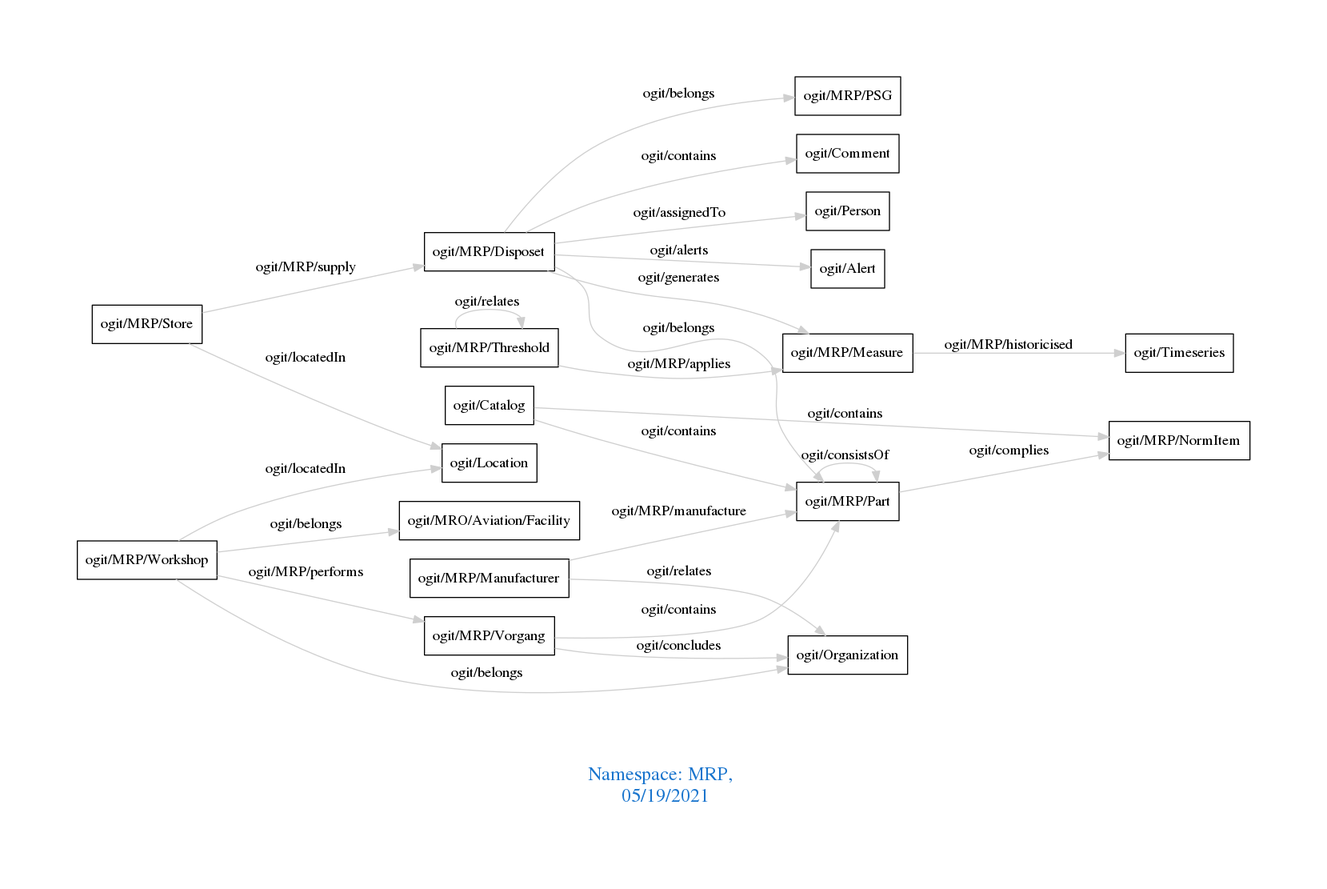
This is downloads/MRP.png from arago/OGIT, a Graphviz export, as it was before one commit. Its source is kept beside it as downloads/MRP.dot.
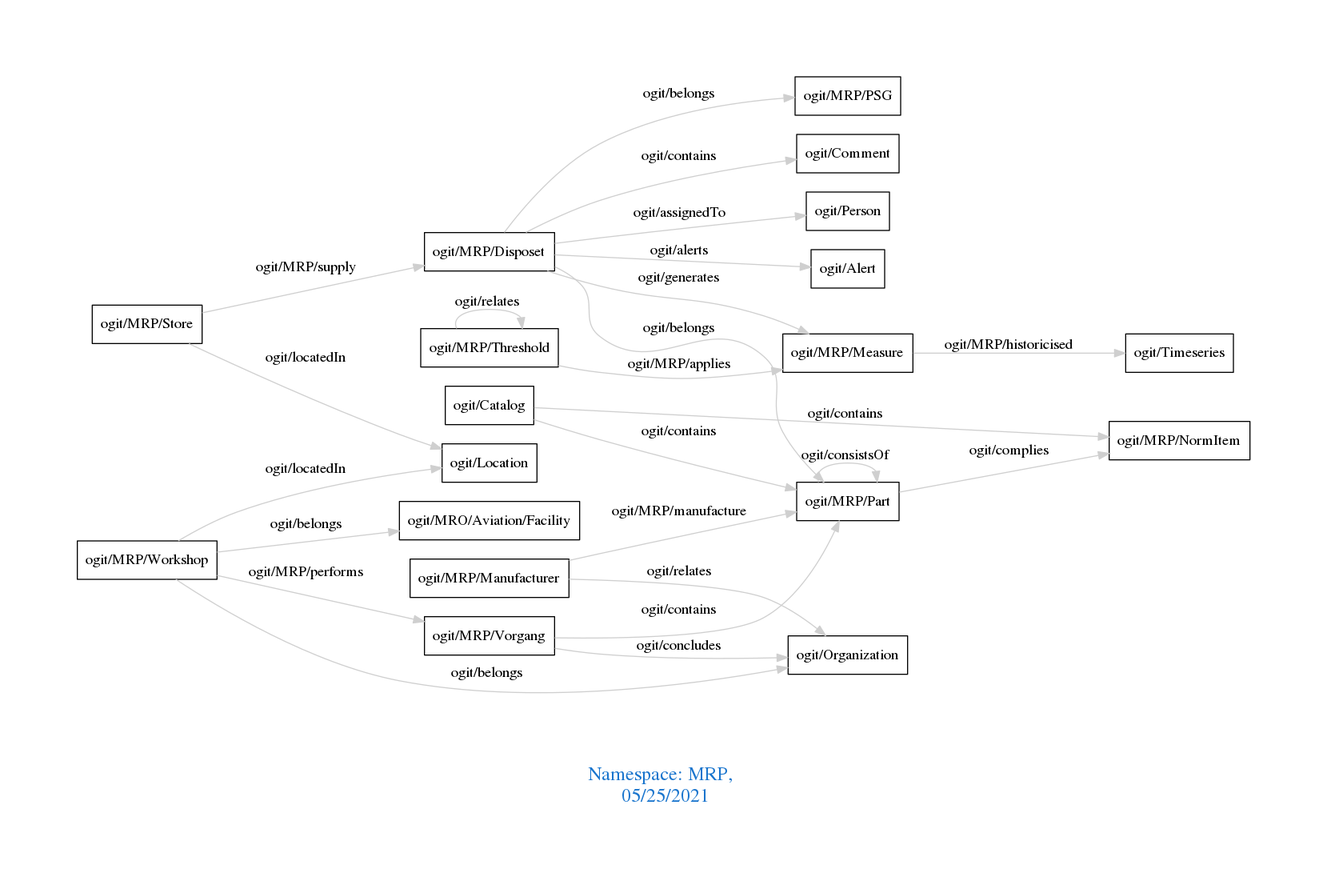
The same diagram one commit later.

The edit, as a diff of the source:
```diff
@@ -1,7 +1,7 @@
 digraph OGIT_ontology {
  graph [ rankdir= LR,pad=1
 fontsize = 18,
-fontcolor= dodgerblue3,label = "\n\n\nNamespace: MRP, \n 05/19/2021"];
+fontcolor= dodgerblue3,label = "\n\n\nNamespace: MRP, \n 05/25/2021"];
 node[shape=polygon];
 edge [  color="gray81"];
 
```
